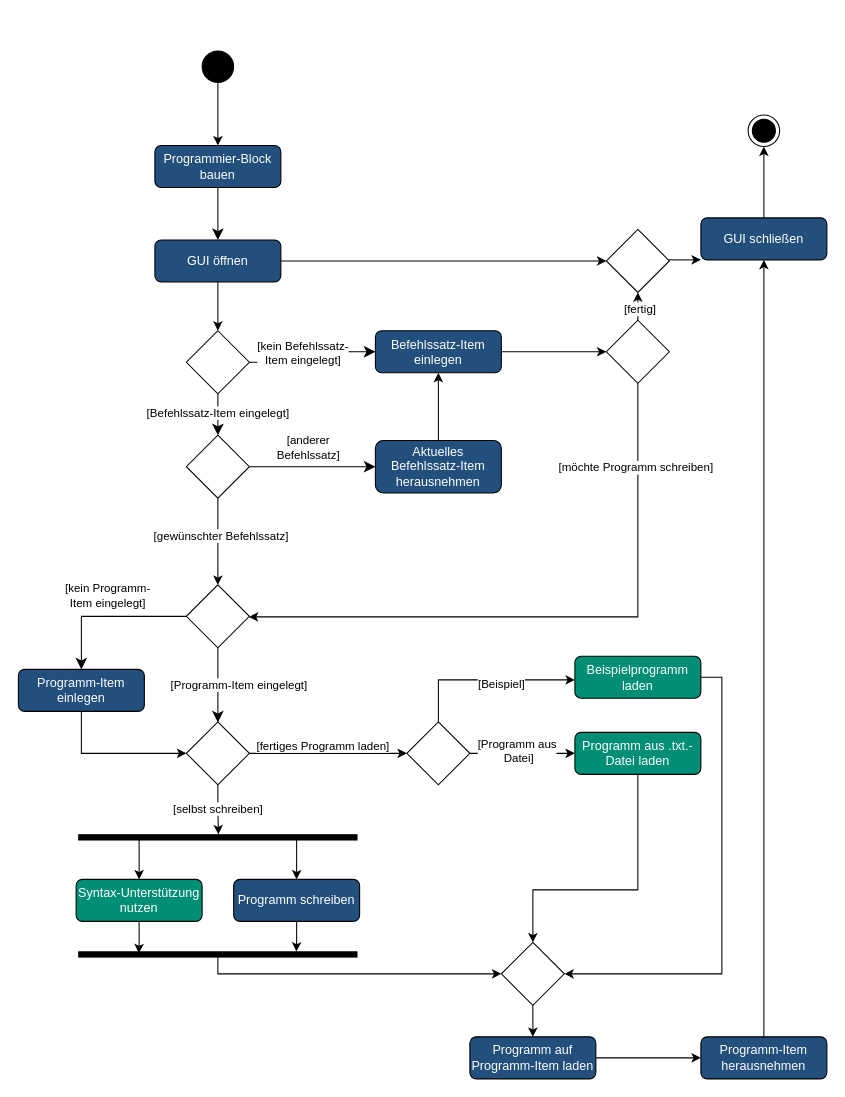
Above: AktivitätsdiagrammProgrammierblock.drawio in LundiNord/RISCJ-Diagramms (draw.io), before the change. Source tidied: cells renumbered, new cells numbered last; positions are measured from the earlier drawing's top-left corner, leaving out a move shared by most shapes. Both pictures are drawn from the tidied source at 105%, with x=0, y=0 at pixel (18, 50).
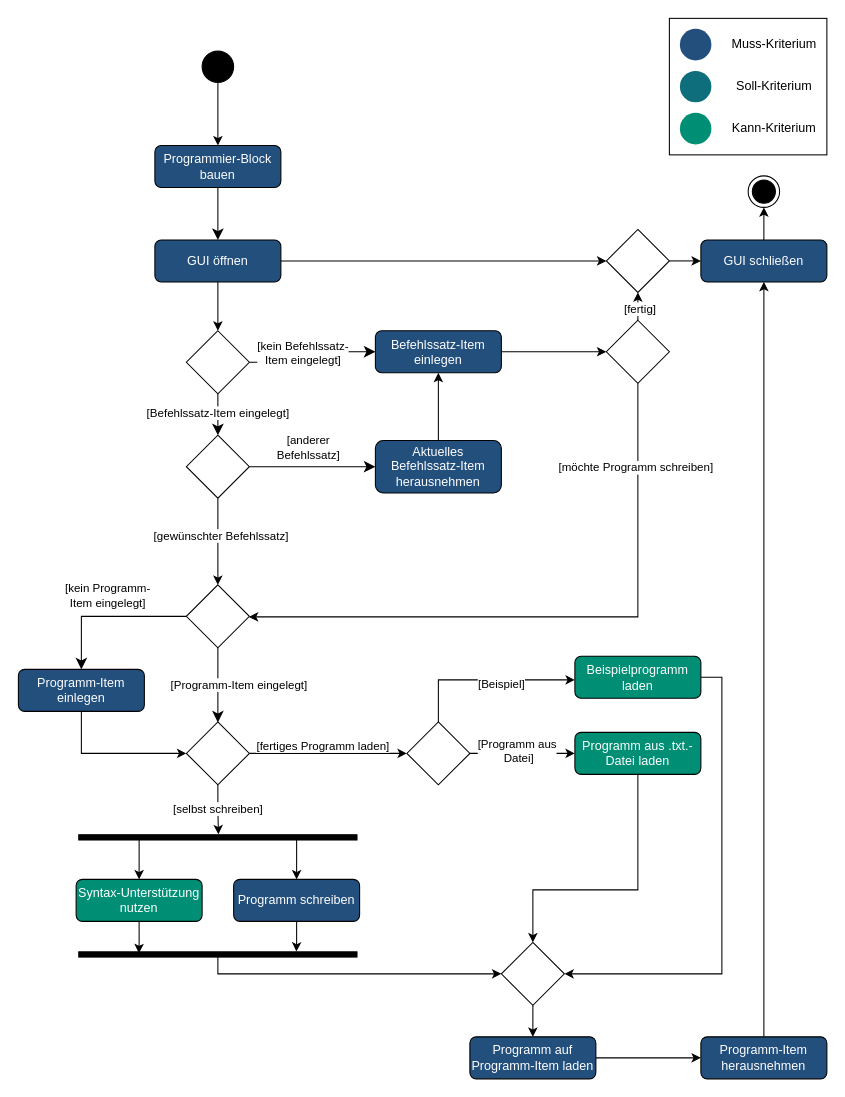
After the change.

Change to the diagram source:
```diff
@@
     <mxCell id="16" value="GUI schließen" style="rounded=1;whiteSpace=wrap;html=1;fontSize=12;glass=0;strokeWidth=1;shadow=0;fillColor=#234F7C;fontColor=#ffffff;" parent="1" vertex="1">
-      <mxGeometry x="650" y="159" width="120" height="40" as="geometry" />
+      <mxGeometry x="650" y="180" width="120" height="40" as="geometry" />
     </mxCell>
@@
     <mxCell id="19" style="ellipse;html=1;shape=endState;fillColor=strokeColor;" parent="1" vertex="1">
-      <mxGeometry x="695" y="61" width="30" height="30" as="geometry" />
+      <mxGeometry x="695" y="119" width="30" height="30" as="geometry" />
     </mxCell>
@@
+    <mxCell id="64" style="group;" parent="1" vertex="1">
+      <mxGeometry x="620" y="-31" width="150" height="130" as="geometry" />
+    </mxCell>
+    <mxCell id="65" style="ellipse;whiteSpace=wrap;html=1;strokeColor=none;fillColor=#234F7C;" parent="64" vertex="1">
+      <mxGeometry x="10" y="10" width="30" height="30" as="geometry" />
+    </mxCell>
+    <mxCell id="66" style="ellipse;whiteSpace=wrap;html=1;strokeColor=none;fillColor=#0E6E7C;" parent="64" vertex="1">
+      <mxGeometry x="10" y="50" width="30" height="30" as="geometry" />
+    </mxCell>
+    <mxCell id="67" style="ellipse;whiteSpace=wrap;html=1;strokeColor=none;fillColor=#008E74;" parent="64" vertex="1">
+      <mxGeometry x="10" y="90" width="30" height="30" as="geometry" />
+    </mxCell>
+    <mxCell id="68" value="Muss-Kriterium" style="text;html=1;strokeColor=none;fillColor=none;align=center;verticalAlign=middle;whiteSpace=wrap;rounded=0;" parent="64" vertex="1">
+      <mxGeometry x="50" y="10" width="100" height="30" as="geometry" />
+    </mxCell>
+    <mxCell id="69" value="Soll-Kriterium" style="text;html=1;strokeColor=none;fillColor=none;align=center;verticalAlign=middle;whiteSpace=wrap;rounded=0;" parent="64" vertex="1">
+      <mxGeometry x="50" y="50" width="100" height="30" as="geometry" />
+    </mxCell>
+    <mxCell id="70" value="Kann-Kriterium" style="text;html=1;strokeColor=none;fillColor=none;align=center;verticalAlign=middle;whiteSpace=wrap;rounded=0;" parent="64" vertex="1">
+      <mxGeometry x="50" y="90" width="100" height="30" as="geometry" />
+    </mxCell>
+    <mxCell id="71" style="rounded=0;whiteSpace=wrap;html=1;fillColor=none;" parent="64" vertex="1">
+      <mxGeometry width="150" height="130" as="geometry" />
+    </mxCell>
```
